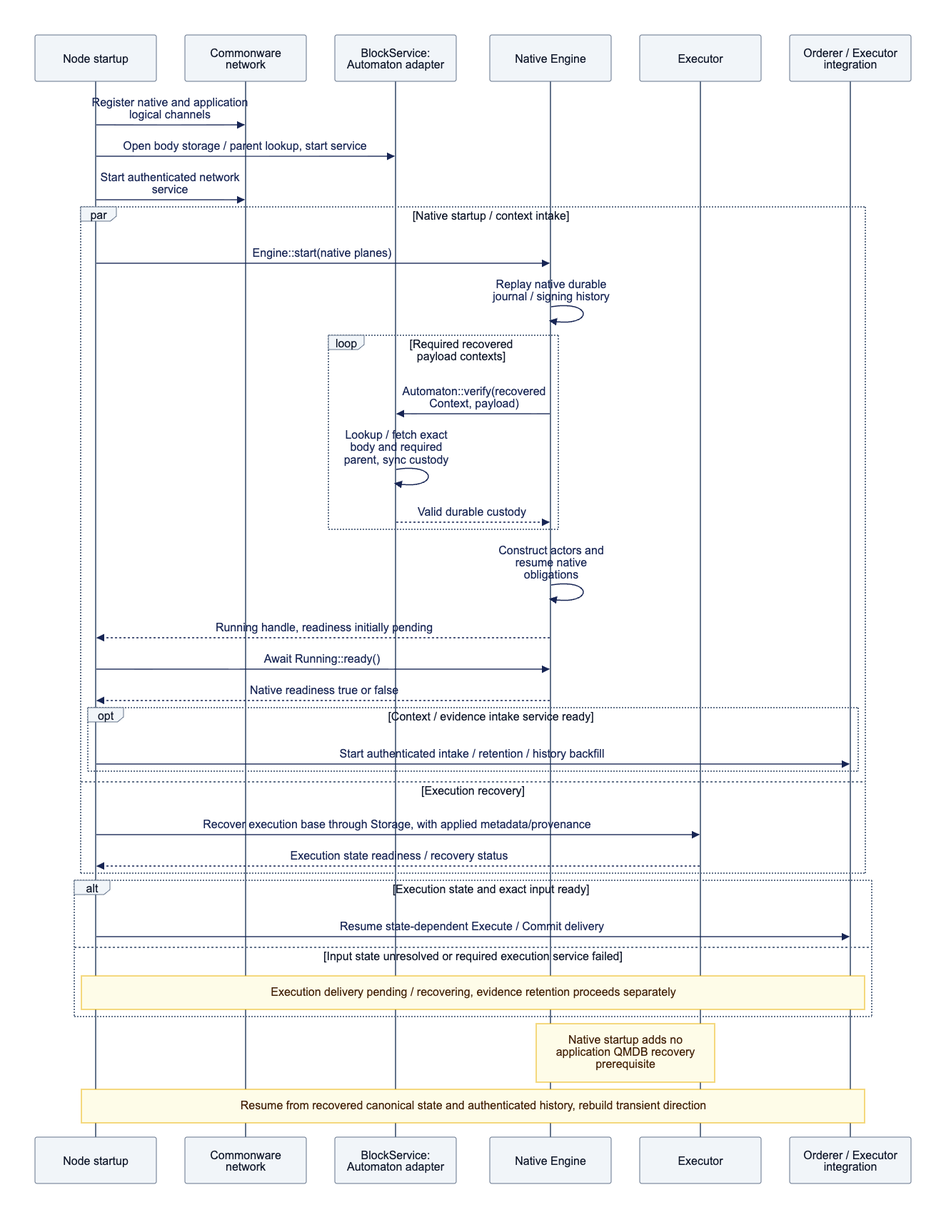
This is docs/assets/diagrams/diagram-13.png from djm07073/baton-research, a Mermaid export, as it was before one commit. Its source is kept beside it as docs/assets/diagrams/diagram-13.mmd.
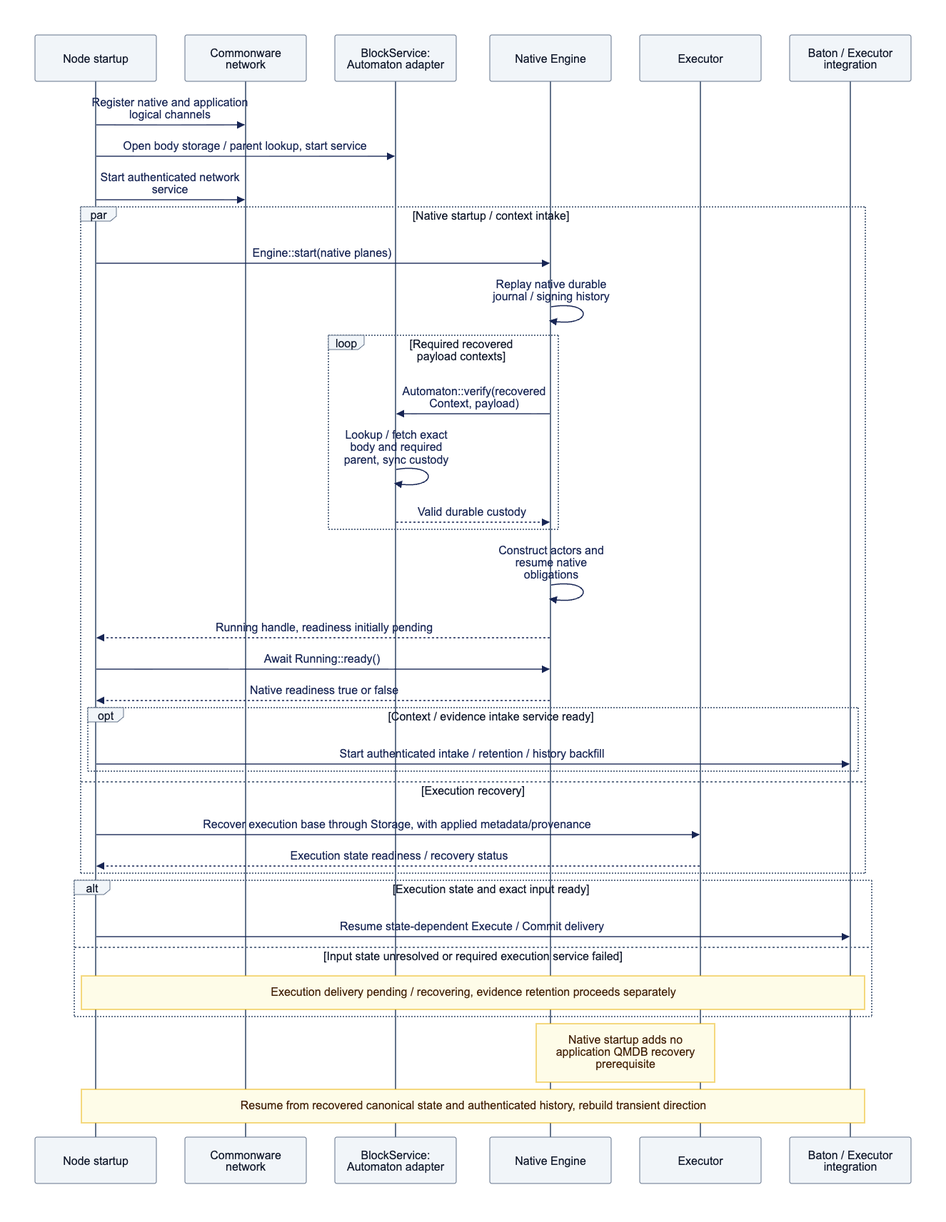
The same diagram one commit later.

What changed in the source:
```diff
@@ -4,7 +4,7 @@
     participant A as BlockService: Automaton adapter
     participant N as Native Engine
     participant E as Executor
-    participant B as Orderer / Executor integration
+    participant B as Baton / Executor integration
     S->>W: Register native and application logical channels
     S->>A: Open body storage / parent lookup, start service
     S->>W: Start authenticated network service
```
